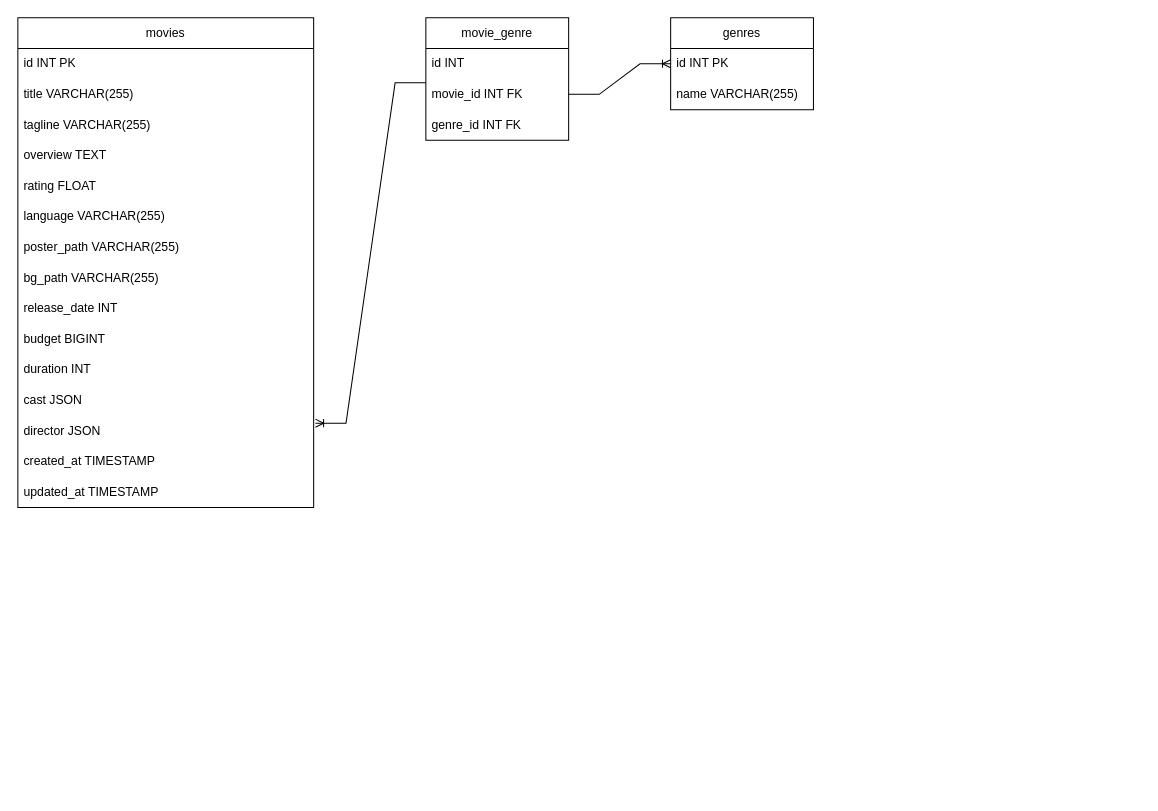
This is docs/ERM.drawio from shadyjuggler/MovieStreamApp, a draw.io file, before an edit. Source tidied: cells renumbered, new cells numbered last; positions are measured from the earlier drawing's top-left corner, leaving out a move shared by most shapes. Both pictures are drawn from the tidied source at 102%, with x=0, y=0 at pixel (17, 17).
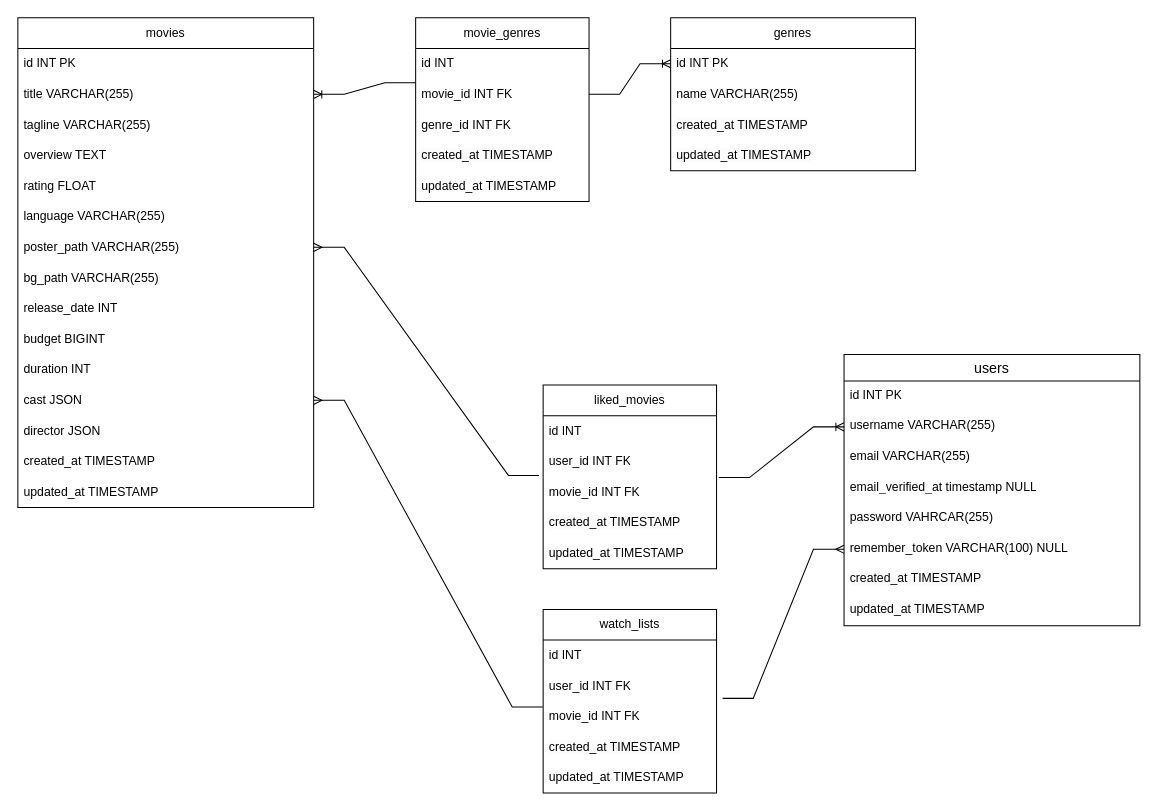
The same page after the edit.

Unchanged cells that the change refers to:
```xml
<mxCell id="4" value="title VARCHAR(255)" style="text;strokeColor=none;fillColor=none;align=left;verticalAlign=middle;spacingLeft=4;spacingRight=4;overflow=hidden;points=[[0,0.5],[1,0.5]];portConstraint=eastwest;whiteSpace=wrap;html=1;" parent="2" vertex="1">
  <mxGeometry y="60" width="290" height="30" as="geometry" />
</mxCell>
<mxCell id="9" value="poster_path&amp;nbsp;&lt;span class=&quot;hljs-type&quot;&gt;VARCHAR&lt;/span&gt;(&lt;span class=&quot;hljs-number&quot;&gt;255&lt;/span&gt;)" style="text;strokeColor=none;fillColor=none;align=left;verticalAlign=middle;spacingLeft=4;spacingRight=4;overflow=hidden;points=[[0,0.5],[1,0.5]];portConstraint=eastwest;whiteSpace=wrap;html=1;" parent="2" vertex="1">
  <mxGeometry y="210" width="290" height="30" as="geometry" />
</mxCell>
<mxCell id="14" value="cast JSON" style="text;strokeColor=none;fillColor=none;align=left;verticalAlign=middle;spacingLeft=4;spacingRight=4;overflow=hidden;points=[[0,0.5],[1,0.5]];portConstraint=eastwest;whiteSpace=wrap;html=1;" parent="2" vertex="1">
  <mxGeometry y="360" width="290" height="30" as="geometry" />
</mxCell>
<mxCell id="15" value="director JSON" style="text;strokeColor=none;fillColor=none;align=left;verticalAlign=middle;spacingLeft=4;spacingRight=4;overflow=hidden;points=[[0,0.5],[1,0.5]];portConstraint=eastwest;whiteSpace=wrap;html=1;" parent="2" vertex="1">
  <mxGeometry y="390" width="290" height="30" as="geometry" />
</mxCell>
```

Diff of the diagram source:
```diff
@@
     <mxCell id="18" value="genres" style="swimlane;fontStyle=0;horizontal=1;startSize=30;whiteSpace=wrap;html=1;" parent="1" vertex="1">
-      <mxGeometry x="640" width="140" height="90" as="geometry" />
+      <mxGeometry x="640" width="240" height="150" as="geometry" />
     </mxCell>
     <mxCell id="19" value="id INT PK" style="text;strokeColor=none;fillColor=none;align=left;verticalAlign=middle;spacingLeft=4;spacingRight=4;overflow=hidden;points=[[0,0.5],[1,0.5]];portConstraint=eastwest;whiteSpace=wrap;html=1;" parent="18" vertex="1">
-      <mxGeometry y="30" width="140" height="30" as="geometry" />
+      <mxGeometry y="30" width="240" height="30" as="geometry" />
     </mxCell>
     <mxCell id="20" value="name VARCHAR(255)" style="text;strokeColor=none;fillColor=none;align=left;verticalAlign=middle;spacingLeft=4;spacingRight=4;overflow=hidden;whiteSpace=wrap;html=1;" parent="18" vertex="1">
-      <mxGeometry y="60" width="140" height="30" as="geometry" />
+      <mxGeometry y="60" width="240" height="30" as="geometry" />
     </mxCell>
+    <mxCell id="27" value="&lt;span style=&quot;color: rgb(0, 0, 0); font-family: Helvetica; font-size: 12px; font-style: normal; font-variant-ligatures: normal; font-variant-caps: normal; font-weight: 400; letter-spacing: normal; orphans: 2; text-align: left; text-indent: 0px; text-transform: none; widows: 2; word-spacing: 0px; -webkit-text-stroke-width: 0px; white-space: normal; background-color: rgb(251, 251, 251); text-decoration-thickness: initial; text-decoration-style: initial; text-decoration-color: initial; display: inline !important; float: none;&quot;&gt;created_at TIMESTAMP&lt;/span&gt;" style="text;strokeColor=none;fillColor=none;align=left;verticalAlign=middle;spacingLeft=4;spacingRight=4;overflow=hidden;whiteSpace=wrap;html=1;" parent="18" vertex="1">
+      <mxGeometry y="90" width="240" height="30" as="geometry" />
+    </mxCell>
+    <mxCell id="28" value="&lt;span style=&quot;color: rgb(0, 0, 0); font-family: Helvetica; font-size: 12px; font-style: normal; font-variant-ligatures: normal; font-variant-caps: normal; font-weight: 400; letter-spacing: normal; orphans: 2; text-align: left; text-indent: 0px; text-transform: none; widows: 2; word-spacing: 0px; -webkit-text-stroke-width: 0px; white-space: normal; background-color: rgb(251, 251, 251); text-decoration-thickness: initial; text-decoration-style: initial; text-decoration-color: initial; display: inline !important; float: none;&quot;&gt;updated_at TIMESTAMP&lt;/span&gt;" style="text;strokeColor=none;fillColor=none;align=left;verticalAlign=middle;spacingLeft=4;spacingRight=4;overflow=hidden;whiteSpace=wrap;html=1;" parent="18" vertex="1">
+      <mxGeometry y="120" width="240" height="30" as="geometry" />
+    </mxCell>
-    <mxCell id="21" value="movie_genre" style="swimlane;fontStyle=0;horizontal=1;startSize=30;whiteSpace=wrap;html=1;" parent="1" vertex="1">
-      <mxGeometry x="400" width="140" height="120" as="geometry" />
+    <mxCell id="21" value="movie_genres" style="swimlane;fontStyle=0;horizontal=1;startSize=30;whiteSpace=wrap;html=1;" parent="1" vertex="1">
+      <mxGeometry x="390" width="170" height="180" as="geometry" />
     </mxCell>
     <mxCell id="22" value="id INT&amp;nbsp;" style="text;strokeColor=none;fillColor=none;align=left;verticalAlign=middle;spacingLeft=4;spacingRight=4;overflow=hidden;whiteSpace=wrap;html=1;" parent="21" vertex="1">
-      <mxGeometry y="30" width="140" height="30" as="geometry" />
+      <mxGeometry y="30" width="170" height="30" as="geometry" />
     </mxCell>
     <mxCell id="23" value="movie_id INT FK" style="text;strokeColor=none;fillColor=none;align=left;verticalAlign=middle;spacingLeft=4;spacingRight=4;overflow=hidden;points=[[0,0.5],[1,0.5]];portConstraint=eastwest;whiteSpace=wrap;html=1;" parent="21" vertex="1">
-      <mxGeometry y="60" width="140" height="30" as="geometry" />
+      <mxGeometry y="60" width="170" height="30" as="geometry" />
     </mxCell>
     <mxCell id="24" value="genre_id INT FK" style="text;strokeColor=none;fillColor=none;align=left;verticalAlign=middle;spacingLeft=4;spacingRight=4;overflow=hidden;whiteSpace=wrap;html=1;" parent="21" vertex="1">
-      <mxGeometry y="90" width="140" height="30" as="geometry" />
+      <mxGeometry y="90" width="170" height="30" as="geometry" />
     </mxCell>
+    <mxCell id="29" value="&lt;span style=&quot;float: none; display: inline !important; color: rgb(0, 0, 0); background-color: rgb(251, 251, 251);&quot;&gt;created_at TIMESTAMP&lt;/span&gt;" style="text;strokeColor=none;fillColor=none;align=left;verticalAlign=middle;spacingLeft=4;spacingRight=4;overflow=hidden;whiteSpace=wrap;html=1;" parent="21" vertex="1">
+      <mxGeometry y="120" width="170" height="30" as="geometry" />
+    </mxCell>
+    <mxCell id="30" value="&lt;div&gt;&lt;span style=&quot;background-color: transparent;&quot;&gt;updated_at TIMESTAMP&lt;/span&gt;&lt;/div&gt;" style="text;strokeColor=none;fillColor=none;align=left;verticalAlign=middle;spacingLeft=4;spacingRight=4;overflow=hidden;whiteSpace=wrap;html=1;" parent="21" vertex="1">
+      <mxGeometry y="150" width="170" height="30" as="geometry" />
+    </mxCell>
-    <mxCell id="25" style="edgeStyle=entityRelationEdgeStyle;fontSize=12;html=1;endArrow=ERoneToMany;rounded=0;exitX=-0.001;exitY=0.124;exitDx=0;exitDy=0;exitPerimeter=0;entryX=1.006;entryY=0.246;entryDx=0;entryDy=0;entryPerimeter=0;" parent="1" edge="1" source="23" target="15">
+    <mxCell id="25" style="edgeStyle=entityRelationEdgeStyle;fontSize=12;html=1;endArrow=ERoneToMany;rounded=0;exitX=-0.001;exitY=0.124;exitDx=0;exitDy=0;exitPerimeter=0;entryX=1;entryY=0.5;entryDx=0;entryDy=0;" parent="1" edge="1" source="23" target="4">
       <mxGeometry relative="1" as="geometry" />
     </mxCell>
@@
+    <mxCell id="31" value="users" style="swimlane;fontStyle=0;horizontal=1;startSize=26;align=center;fontSize=14;" parent="1" vertex="1">
+      <mxGeometry x="810" y="330" width="290" height="266" as="geometry" />
+    </mxCell>
+    <mxCell id="32" value="id INT PK" style="text;strokeColor=none;fillColor=none;spacingLeft=4;spacingRight=4;overflow=hidden;fontSize=12;whiteSpace=wrap;html=1;" parent="31" vertex="1">
+      <mxGeometry y="26" width="290" height="30" as="geometry" />
+    </mxCell>
+    <mxCell id="33" value="username VARCHAR(255)&lt;div&gt;&lt;br&gt;&lt;/div&gt;" style="text;strokeColor=none;fillColor=none;spacingLeft=4;spacingRight=4;overflow=hidden;points=[[0,0.5],[1,0.5]];portConstraint=eastwest;fontSize=12;whiteSpace=wrap;html=1;" parent="31" vertex="1">
+      <mxGeometry y="56" width="290" height="30" as="geometry" />
+    </mxCell>
+    <mxCell id="34" value="email VARCHAR(255)" style="text;strokeColor=none;fillColor=none;spacingLeft=4;spacingRight=4;overflow=hidden;fontSize=12;whiteSpace=wrap;html=1;" parent="31" vertex="1">
+      <mxGeometry y="86" width="290" height="30" as="geometry" />
+    </mxCell>
+    <mxCell id="35" value="email_verified_at timestamp&amp;nbsp;&lt;span style=&quot;background-color: transparent;&quot;&gt;NULL&lt;/span&gt;" style="text;strokeColor=none;fillColor=none;spacingLeft=4;spacingRight=4;overflow=hidden;fontSize=12;whiteSpace=wrap;html=1;" parent="31" vertex="1">
+      <mxGeometry y="116" width="290" height="30" as="geometry" />
+    </mxCell>
+    <mxCell id="36" value="password VAHRCAR(255)" style="text;strokeColor=none;fillColor=none;spacingLeft=4;spacingRight=4;overflow=hidden;fontSize=12;whiteSpace=wrap;html=1;" parent="31" vertex="1">
+      <mxGeometry y="146" width="290" height="30" as="geometry" />
+    </mxCell>
+    <mxCell id="37" value="remember_token VARCHAR(100) NULL" style="text;strokeColor=none;fillColor=none;spacingLeft=4;spacingRight=4;overflow=hidden;points=[[0,0.5],[1,0.5]];portConstraint=eastwest;fontSize=12;whiteSpace=wrap;html=1;" parent="31" vertex="1">
+      <mxGeometry y="176" width="290" height="30" as="geometry" />
+    </mxCell>
+    <mxCell id="38" value="&lt;span style=&quot;color: rgb(0, 0, 0); font-family: Helvetica; font-size: 12px; font-style: normal; font-variant-ligatures: normal; font-variant-caps: normal; font-weight: 400; letter-spacing: normal; orphans: 2; text-align: left; text-indent: 0px; text-transform: none; widows: 2; word-spacing: 0px; -webkit-text-stroke-width: 0px; white-space: normal; background-color: rgb(251, 251, 251); text-decoration-thickness: initial; text-decoration-style: initial; text-decoration-color: initial; display: inline !important; float: none;&quot;&gt;created_at TIMESTAMP&lt;/span&gt;&lt;div&gt;&lt;br/&gt;&lt;/div&gt;" style="text;strokeColor=none;fillColor=none;spacingLeft=4;spacingRight=4;overflow=hidden;fontSize=12;whiteSpace=wrap;html=1;" parent="31" vertex="1">
+      <mxGeometry y="206" width="290" height="30" as="geometry" />
+    </mxCell>
+    <mxCell id="39" value="&lt;span style=&quot;color: rgb(0, 0, 0); font-family: Helvetica; font-size: 12px; font-style: normal; font-variant-ligatures: normal; font-variant-caps: normal; font-weight: 400; letter-spacing: normal; orphans: 2; text-align: left; text-indent: 0px; text-transform: none; widows: 2; word-spacing: 0px; -webkit-text-stroke-width: 0px; white-space: normal; background-color: rgb(251, 251, 251); text-decoration-thickness: initial; text-decoration-style: initial; text-decoration-color: initial; display: inline !important; float: none;&quot;&gt;updated_at TIMESTAMP&lt;/span&gt;&lt;div&gt;&lt;br/&gt;&lt;/div&gt;" style="text;strokeColor=none;fillColor=none;spacingLeft=4;spacingRight=4;overflow=hidden;fontSize=12;whiteSpace=wrap;html=1;" parent="31" vertex="1">
+      <mxGeometry y="236" width="290" height="30" as="geometry" />
+    </mxCell>
+    <mxCell id="40" value="liked_movies" style="swimlane;fontStyle=0;horizontal=1;startSize=30;whiteSpace=wrap;html=1;" parent="1" vertex="1">
+      <mxGeometry x="515" y="360" width="170" height="180" as="geometry" />
+    </mxCell>
+    <mxCell id="41" value="id INT&amp;nbsp;" style="text;strokeColor=none;fillColor=none;align=left;verticalAlign=middle;spacingLeft=4;spacingRight=4;overflow=hidden;whiteSpace=wrap;html=1;" parent="40" vertex="1">
+      <mxGeometry y="30" width="170" height="30" as="geometry" />
+    </mxCell>
+    <mxCell id="42" value="user_id INT FK" style="text;strokeColor=none;fillColor=none;align=left;verticalAlign=middle;spacingLeft=4;spacingRight=4;overflow=hidden;whiteSpace=wrap;html=1;" parent="40" vertex="1">
+      <mxGeometry y="60" width="170" height="30" as="geometry" />
+    </mxCell>
+    <mxCell id="43" value="movie_id INT FK" style="text;strokeColor=none;fillColor=none;align=left;verticalAlign=middle;spacingLeft=4;spacingRight=4;overflow=hidden;points=[[0,0.5],[1,0.5]];portConstraint=eastwest;whiteSpace=wrap;html=1;" parent="40" vertex="1">
+      <mxGeometry y="90" width="170" height="30" as="geometry" />
+    </mxCell>
+    <mxCell id="44" value="&lt;span style=&quot;float: none; display: inline !important; color: rgb(0, 0, 0); background-color: rgb(251, 251, 251);&quot;&gt;created_at TIMESTAMP&lt;/span&gt;" style="text;strokeColor=none;fillColor=none;align=left;verticalAlign=middle;spacingLeft=4;spacingRight=4;overflow=hidden;whiteSpace=wrap;html=1;" parent="40" vertex="1">
+      <mxGeometry y="120" width="170" height="30" as="geometry" />
+    </mxCell>
+    <mxCell id="45" value="&lt;div&gt;&lt;span style=&quot;background-color: transparent;&quot;&gt;updated_at TIMESTAMP&lt;/span&gt;&lt;/div&gt;" style="text;strokeColor=none;fillColor=none;align=left;verticalAlign=middle;spacingLeft=4;spacingRight=4;overflow=hidden;whiteSpace=wrap;html=1;" parent="40" vertex="1">
+      <mxGeometry y="150" width="170" height="30" as="geometry" />
+    </mxCell>
+    <mxCell id="46" style="edgeStyle=entityRelationEdgeStyle;fontSize=12;html=1;endArrow=ERoneToMany;rounded=0;entryX=0;entryY=0.5;entryDx=0;entryDy=0;exitX=1.013;exitY=0.025;exitDx=0;exitDy=0;exitPerimeter=0;" parent="1" edge="1" source="43" target="33">
+      <mxGeometry relative="1" as="geometry">
+        <Array as="points">
+          <mxPoint x="910" y="310" />
+        </Array>
+      </mxGeometry>
+    </mxCell>
+    <mxCell id="47" value="&lt;div&gt;&lt;br&gt;&lt;/div&gt;&lt;div&gt;&lt;br&gt;&lt;/div&gt;" style="edgeLabel;html=1;align=center;verticalAlign=middle;" parent="46" vertex="1">
+      <mxGeometry x="-0.02" y="3" relative="1" as="geometry" />
+    </mxCell>
+    <mxCell id="48" style="edgeStyle=entityRelationEdgeStyle;fontSize=12;html=1;endArrow=ERmany;rounded=0;entryX=1;entryY=0.5;entryDx=0;entryDy=0;exitX=-0.024;exitY=-0.047;exitDx=0;exitDy=0;exitPerimeter=0;" parent="1" edge="1" source="43" target="9">
+      <mxGeometry relative="1" as="geometry" />
+    </mxCell>
+    <mxCell id="49" value="watch_lists" style="swimlane;fontStyle=0;horizontal=1;startSize=30;whiteSpace=wrap;html=1;" parent="1" vertex="1">
+      <mxGeometry x="515" y="580" width="170" height="180" as="geometry" />
+    </mxCell>
+    <mxCell id="50" value="id INT&amp;nbsp;" style="text;strokeColor=none;fillColor=none;align=left;verticalAlign=middle;spacingLeft=4;spacingRight=4;overflow=hidden;whiteSpace=wrap;html=1;" parent="49" vertex="1">
+      <mxGeometry y="30" width="170" height="30" as="geometry" />
+    </mxCell>
+    <mxCell id="51" value="user_id INT FK" style="text;strokeColor=none;fillColor=none;align=left;verticalAlign=middle;spacingLeft=4;spacingRight=4;overflow=hidden;points=[[0,0.5],[1,0.5]];portConstraint=eastwest;whiteSpace=wrap;html=1;" parent="49" vertex="1">
+      <mxGeometry y="60" width="170" height="30" as="geometry" />
+    </mxCell>
+    <mxCell id="52" value="movie_id INT FK" style="text;strokeColor=none;fillColor=none;align=left;verticalAlign=middle;spacingLeft=4;spacingRight=4;overflow=hidden;whiteSpace=wrap;html=1;" parent="49" vertex="1">
+      <mxGeometry y="90" width="170" height="30" as="geometry" />
+    </mxCell>
+    <mxCell id="53" value="&lt;span style=&quot;float: none; display: inline !important; color: rgb(0, 0, 0); background-color: rgb(251, 251, 251);&quot;&gt;created_at TIMESTAMP&lt;/span&gt;" style="text;strokeColor=none;fillColor=none;align=left;verticalAlign=middle;spacingLeft=4;spacingRight=4;overflow=hidden;whiteSpace=wrap;html=1;" parent="49" vertex="1">
+      <mxGeometry y="120" width="170" height="30" as="geometry" />
+    </mxCell>
+    <mxCell id="54" value="&lt;div&gt;&lt;span style=&quot;background-color: transparent;&quot;&gt;updated_at TIMESTAMP&lt;/span&gt;&lt;/div&gt;" style="text;strokeColor=none;fillColor=none;align=left;verticalAlign=middle;spacingLeft=4;spacingRight=4;overflow=hidden;whiteSpace=wrap;html=1;" parent="49" vertex="1">
+      <mxGeometry y="150" width="170" height="30" as="geometry" />
+    </mxCell>
+    <mxCell id="55" style="edgeStyle=entityRelationEdgeStyle;fontSize=12;html=1;endArrow=ERmany;rounded=0;entryX=1;entryY=0.5;entryDx=0;entryDy=0;exitX=-0.002;exitY=1.185;exitDx=0;exitDy=0;exitPerimeter=0;" parent="1" edge="1" source="51" target="14">
+      <mxGeometry relative="1" as="geometry" />
+    </mxCell>
+    <mxCell id="56" style="edgeStyle=entityRelationEdgeStyle;fontSize=12;html=1;endArrow=ERmany;rounded=0;entryX=0;entryY=0.5;entryDx=0;entryDy=0;exitX=1.035;exitY=0.906;exitDx=0;exitDy=0;exitPerimeter=0;" parent="1" edge="1" source="51" target="37">
+      <mxGeometry relative="1" as="geometry" />
+    </mxCell>
```
